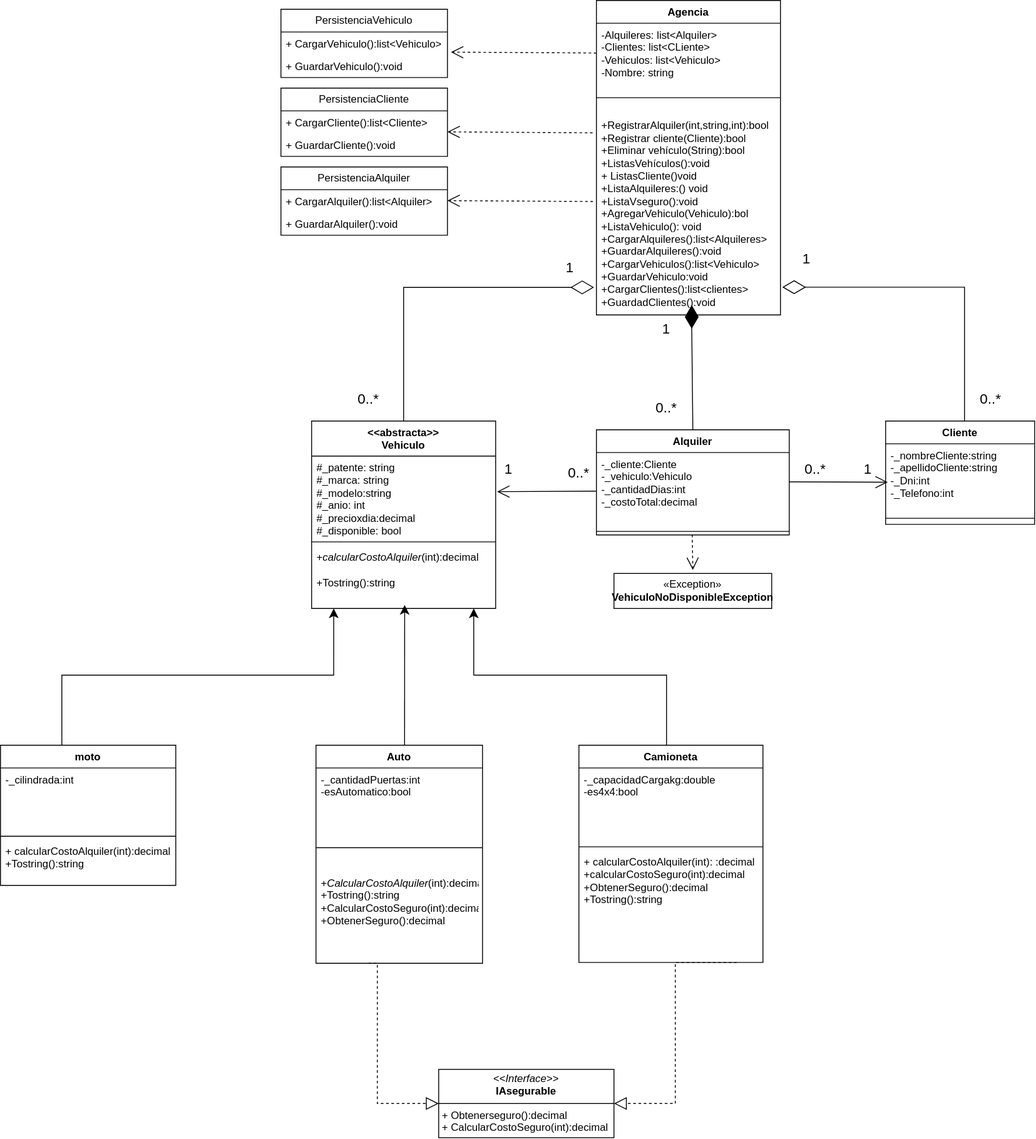
This is UML.drawio.svg from Lisancomas/TRABAJO-INTEGRADOR, a draw.io export, as it was before one commit. Source tidied: cells renumbered, new cells last; positions are measured from the earlier drawing's top-left corner, leaving out a move shared by most shapes.
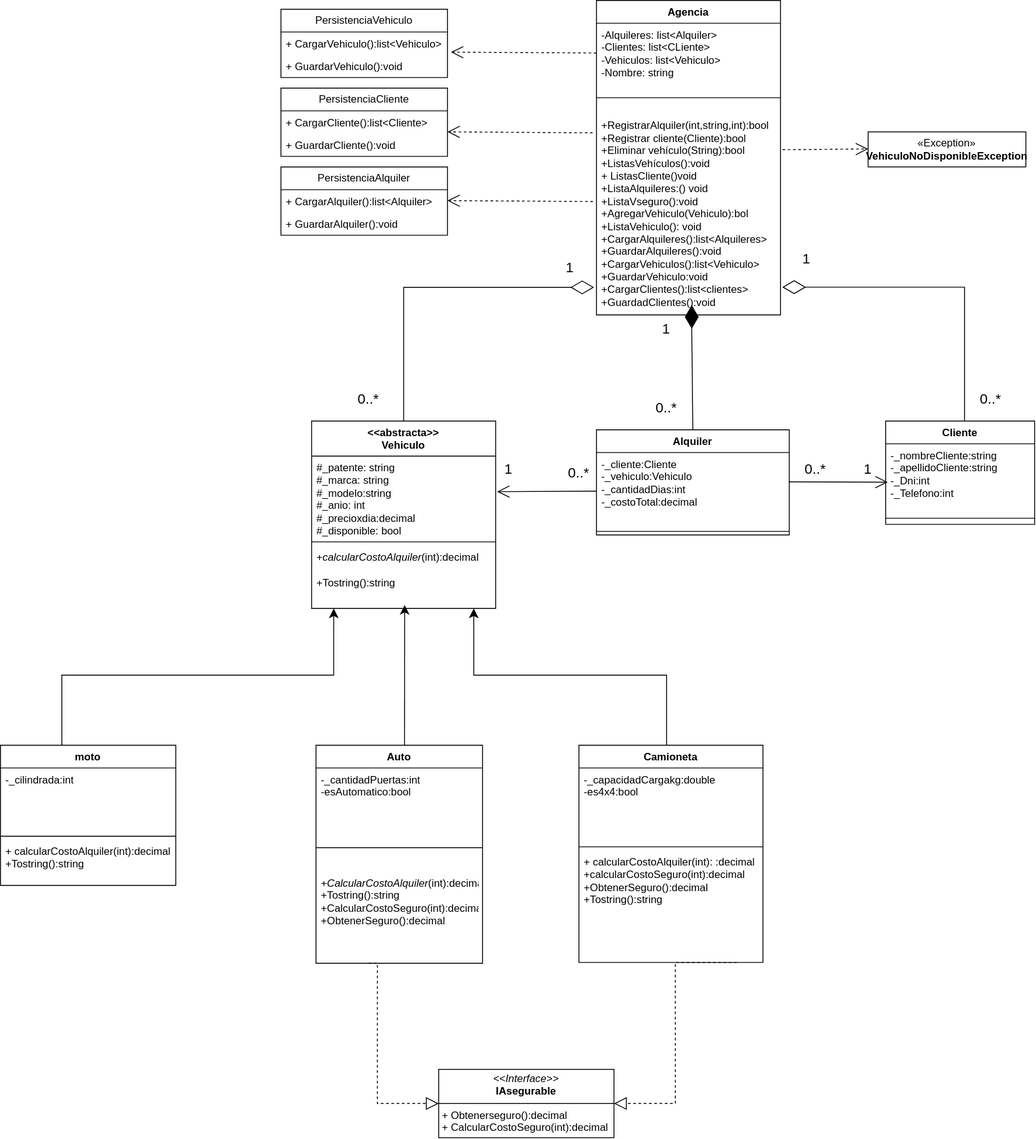
After the commit.

Diff of the diagram source:
```diff
@@ -130,7 +130,7 @@
       <mxGeometry y="104" width="170" height="14" as="geometry" />
     </mxCell>
     <mxCell id="41" value="«Exception»&lt;br&gt;&lt;b&gt;VehiculoNoDisponibleException&lt;/b&gt;" style="html=1;whiteSpace=wrap;" parent="1" vertex="1">
-      <mxGeometry x="700" y="654" width="180" height="40" as="geometry" />
+      <mxGeometry x="990" y="150" width="180" height="40" as="geometry" />
     </mxCell>
     <mxCell id="42" style="edgeStyle=orthogonalEdgeStyle;rounded=0;jettySize=auto;html=1;entryX=0.144;entryY=1.095;entryDx=0;entryDy=0;entryPerimeter=0;fontSize=12;defaultLabelBackgroundColor=page;startSize=8;endSize=8;" parent="1" edge="1" source="10">
       <mxGeometry x="0.07" relative="1" as="geometry">
@@ -180,11 +180,6 @@
         <mxPoint x="510" y="228.5" as="targetPoint" />
       </mxGeometry>
     </mxCell>
-    <mxCell id="49" style="endArrow=open;endSize=12;dashed=1;html=1;rounded=0;fontSize=12;defaultLabelBackgroundColor=page;curved=1;exitX=0.497;exitY=0.973;exitDx=0;exitDy=0;exitPerimeter=0;" parent="1" edge="1" source="27">
-      <mxGeometry relative="1" as="geometry">
-        <mxPoint x="790" y="650" as="targetPoint" />
-      </mxGeometry>
-    </mxCell>
     <mxCell id="50" style="endArrow=diamondThin;endFill=0;endSize=24;html=1;rounded=0;fontSize=12;defaultLabelBackgroundColor=page;exitX=0.5;exitY=0;exitDx=0;exitDy=0;edgeStyle=orthogonalEdgeStyle;libavoidRouting=1;entryX=-0.013;entryY=0.871;entryDx=0;entryDy=0;entryPerimeter=0;" parent="1" edge="1" source="6" target="5">
       <mxGeometry x="-0.54" relative="1" as="geometry">
         <Array as="points">
@@ -243,5 +238,10 @@
     <mxCell id="63" value="0..*" style="text;html=1;whiteSpace=wrap;strokeColor=none;fillColor=none;align=center;verticalAlign=middle;rounded=0;fontSize=16;" parent="1" vertex="1">
       <mxGeometry x="630" y="524" width="60" height="30" as="geometry" />
     </mxCell>
+    <mxCell id="64" style="endArrow=open;endSize=12;dashed=1;html=1;rounded=0;defaultLabelBackgroundColor=page;exitX=1.011;exitY=0.227;exitDx=0;exitDy=0;exitPerimeter=0;" parent="1" edge="1" source="5">
+      <mxGeometry relative="1" as="geometry">
+        <mxPoint x="990" y="169.5" as="targetPoint" />
+      </mxGeometry>
+    </mxCell>
   </root>
 </mxGraphModel>
```
